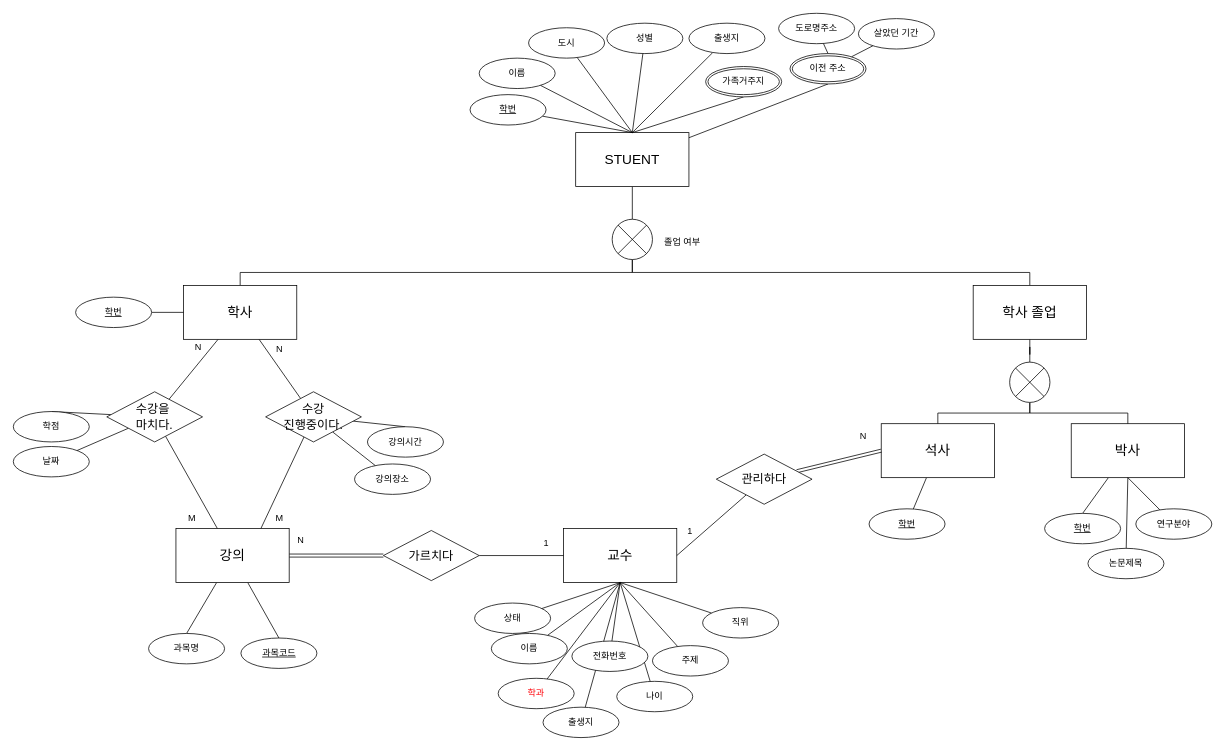
This is DBStudio/DBStudio_Ass4_Student.drawio from cobinding/draw.io_collection, a draw.io file, before an edit. Source tidied: cells renumbered, new cells numbered last; positions are measured from the earlier drawing's top-left corner, leaving out a move shared by most shapes. Both pictures are drawn from the tidied source at 76%, with x=0, y=0 at pixel (13, 13).
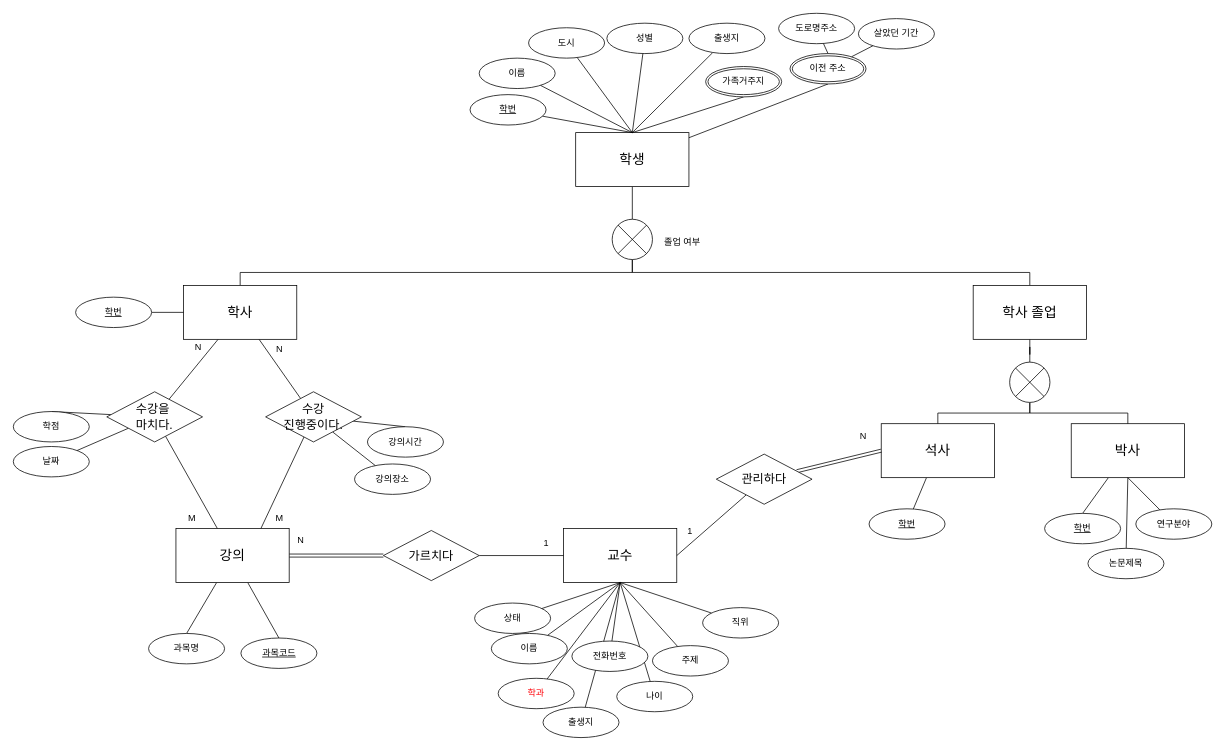
Above is the later version.

Change to the diagram source:
```diff
@@
-    <mxCell id="3" value="&lt;font style=&quot;font-size: 18px;&quot;&gt;STUENT&lt;/font&gt;" style="whiteSpace=wrap;html=1;align=center;" parent="1" vertex="1">
+    <mxCell id="3" value="&lt;font style=&quot;font-size: 18px;&quot;&gt;학생&lt;/font&gt;" style="whiteSpace=wrap;html=1;align=center;" parent="1" vertex="1">
       <mxGeometry x="740" y="157" width="149" height="71" as="geometry" />
     </mxCell>
```
